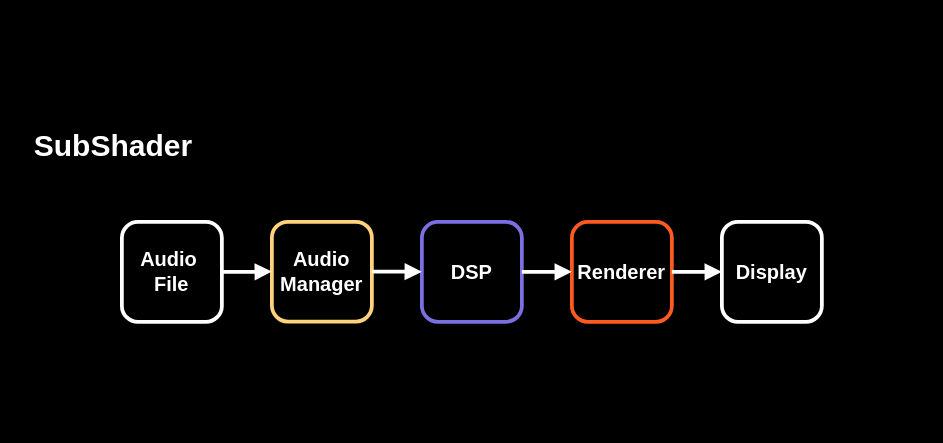
Before: assets/timing/subshader_modules.drawio in eddie-water/sub-shader, a draw.io diagram. Source tidied: cells renumbered, new cells numbered last; positions are measured from the earlier drawing's top-left corner, leaving out a move shared by most shapes. Both pictures are drawn from the tidied source at 125%, with x=0, y=0 at pixel (21, 121).
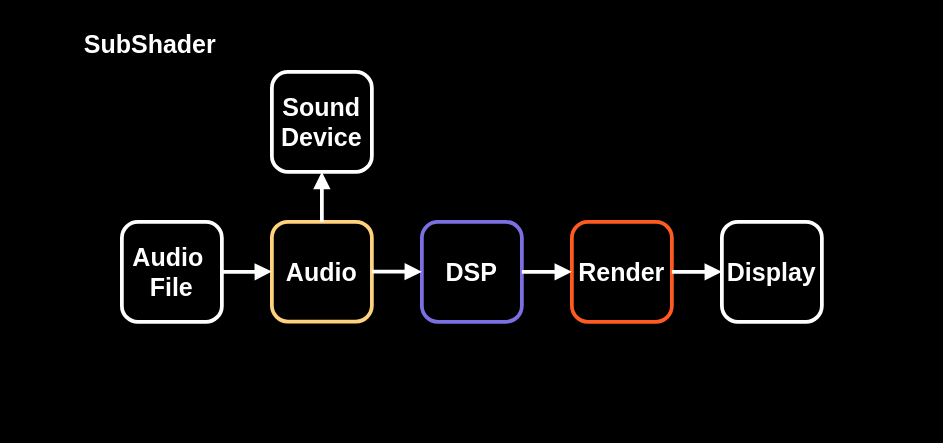
The same page after the edit.

Diff of the diagram source:
```diff
@@
 <mxGraphModel background="light-dark(#000000,#000000)">
   <root>
     <mxCell id="0" />
     <mxCell id="1" parent="0" />
+    <mxCell id="3" value="SubShader" style="rounded=0;whiteSpace=wrap;html=1;fillColor=none;fontStyle=1;fontSize=20;strokeWidth=3;arcSize=28;labelBackgroundColor=none;strokeColor=none;verticalAlign=top;align=left;labelBorderColor=none;convertToSvg=1;spacingLeft=10;spacing=0;spacingTop=1;fontColor=#FFFFFF;fontFamily=Arial;" parent="1" vertex="1">
+      <mxGeometry x="40" y="-80" width="640" height="280" as="geometry" />
+    </mxCell>
-    <mxCell id="2" style="rounded=0;whiteSpace=wrap;html=1;fillColor=none;strokeColor=none;fontColor=#FFFFFF;fontSize=16;fontStyle=1;align=center;verticalAlign=middle;arcSize=16;strokeWidth=3;labelBackgroundColor=none;" parent="1" vertex="1">
-      <mxGeometry width="720" height="240" as="geometry" />
+    <mxCell id="2" style="rounded=0;whiteSpace=wrap;html=1;fillColor=none;strokeColor=none;fontColor=#FFFFFF;fontSize=20;fontStyle=1;align=center;verticalAlign=middle;arcSize=16;strokeWidth=3;labelBackgroundColor=none;" parent="1" vertex="1">
+      <mxGeometry x="50" y="-80" width="630" height="280" as="geometry" />
     </mxCell>
-    <mxCell id="3" value="SubShader" style="rounded=0;whiteSpace=wrap;html=1;fillColor=none;fontStyle=1;fontSize=24;strokeWidth=3;arcSize=28;labelBackgroundColor=none;strokeColor=none;verticalAlign=top;align=left;labelBorderColor=none;convertToSvg=1;spacingLeft=10;spacing=0;spacingTop=1;fontColor=#FFFFFF;" parent="1" vertex="1">
-      <mxGeometry width="720" height="240" as="geometry" />
-    </mxCell>
-    <mxCell id="4" value="&lt;font&gt;Audio Manager&lt;/font&gt;" style="rounded=1;whiteSpace=wrap;html=1;fillColor=none;strokeColor=light-dark(#FFD27D,#FFD27D);fontColor=#FFFFFF;fontSize=16;fontStyle=1;align=center;verticalAlign=middle;arcSize=16;strokeWidth=3;labelBackgroundColor=none;" parent="1" vertex="1">
+    <mxCell id="4" value="&lt;font&gt;Audio&lt;/font&gt;" style="rounded=1;whiteSpace=wrap;html=1;fillColor=none;strokeColor=light-dark(#FFD27D,#FFD27D);fontColor=#FFFFFF;fontFamily=Arial;fontSize=20;fontStyle=1;align=center;verticalAlign=middle;arcSize=16;strokeWidth=3;labelBackgroundColor=none;" parent="1" vertex="1">
       <mxGeometry x="200" y="79.9" width="80" height="79.8" as="geometry" />
     </mxCell>
-    <mxCell id="5" value="DSP" style="rounded=1;whiteSpace=wrap;html=1;fillColor=none;strokeColor=light-dark(#7B6FE1,#7B6FE1);fontColor=#FFFFFF;fontSize=16;fontStyle=1;align=center;verticalAlign=middle;arcSize=16;strokeWidth=3;labelBackgroundColor=none;" parent="1" vertex="1">
+    <mxCell id="5" value="DSP" style="rounded=1;whiteSpace=wrap;html=1;fillColor=none;strokeColor=light-dark(#7B6FE1,#7B6FE1);fontColor=#FFFFFF;fontFamily=Arial;fontSize=20;fontStyle=1;align=center;verticalAlign=middle;arcSize=16;strokeWidth=3;labelBackgroundColor=none;" parent="1" vertex="1">
       <mxGeometry x="320" y="80" width="80" height="79.9" as="geometry" />
     </mxCell>
-    <mxCell id="6" value="Renderer" style="rounded=1;whiteSpace=wrap;html=1;fillColor=none;strokeColor=light-dark(#FF5A1F,#FF5A1F);fontColor=#FFFFFF;fontSize=16;fontStyle=1;align=center;verticalAlign=middle;arcSize=16;strokeWidth=3;labelBackgroundColor=none;" parent="1" vertex="1">
+    <mxCell id="6" value="Render" style="rounded=1;whiteSpace=wrap;html=1;fillColor=none;strokeColor=light-dark(#FF5A1F,#FF5A1F);fontColor=#FFFFFF;fontFamily=Arial;fontSize=20;fontStyle=1;align=center;verticalAlign=middle;arcSize=16;strokeWidth=3;labelBackgroundColor=none;" parent="1" vertex="1">
       <mxGeometry x="440" y="80" width="80" height="79.9" as="geometry" />
     </mxCell>
-    <mxCell id="7" value="Display" style="rounded=1;whiteSpace=wrap;html=1;fillColor=none;strokeColor=light-dark(#FFFFFF,#FFFFFF);fontColor=#FFFFFF;fontSize=16;fontStyle=1;align=center;verticalAlign=middle;arcSize=16;strokeWidth=3;labelBackgroundColor=none;" parent="1" vertex="1">
+    <mxCell id="7" value="Display" style="rounded=1;whiteSpace=wrap;html=1;fillColor=none;strokeColor=light-dark(#FFFFFF,#FFFFFF);fontColor=#FFFFFF;fontFamily=Arial;fontSize=20;fontStyle=1;align=center;verticalAlign=middle;arcSize=16;strokeWidth=3;labelBackgroundColor=none;" parent="1" vertex="1">
       <mxGeometry x="560" y="79.9" width="80" height="80" as="geometry" />
     </mxCell>
-    <mxCell id="8" value="Audio&amp;nbsp;&lt;div&gt;File&lt;/div&gt;" style="rounded=1;whiteSpace=wrap;html=1;fillColor=none;strokeColor=light-dark(#FFFFFF,#FFFFFF);fontColor=#FFFFFF;fontSize=16;fontStyle=1;align=center;verticalAlign=middle;arcSize=16;strokeWidth=3;labelBackgroundColor=none;" parent="1" vertex="1">
+    <mxCell id="8" value="Audio&amp;nbsp;&lt;div&gt;File&lt;/div&gt;" style="rounded=1;whiteSpace=wrap;html=1;fillColor=none;strokeColor=light-dark(#FFFFFF,#FFFFFF);fontColor=#FFFFFF;fontFamily=Arial;fontSize=20;fontStyle=1;align=center;verticalAlign=middle;arcSize=16;strokeWidth=3;labelBackgroundColor=none;" parent="1" vertex="1">
       <mxGeometry x="80" y="80" width="80" height="80" as="geometry" />
     </mxCell>
-    <mxCell id="9" style="edgeStyle=orthogonalEdgeStyle;rounded=1;html=1;strokeColor=#FFFFFF;strokeWidth=3;endArrow=block;endFill=1;fontColor=#8c8c8c;fontSize=16;dashed=0;labelBackgroundColor=none;curved=0;endSize=6;fontStyle=1;exitX=1;exitY=0.5;exitDx=0;exitDy=0;entryX=0;entryY=0.5;entryDx=0;entryDy=0;" parent="1" edge="1" source="8" target="4">
+    <mxCell id="9" style="edgeStyle=orthogonalEdgeStyle;rounded=1;html=1;strokeColor=#FFFFFF;strokeWidth=3;endArrow=block;endFill=1;fontColor=#8c8c8c;fontSize=20;dashed=0;labelBackgroundColor=none;curved=0;endSize=6;fontStyle=1;exitX=1;exitY=0.5;exitDx=0;exitDy=0;entryX=0;entryY=0.5;entryDx=0;entryDy=0;" parent="1" edge="1" source="8" target="4">
       <mxGeometry relative="1" as="geometry" />
     </mxCell>
-    <mxCell id="10" style="edgeStyle=orthogonalEdgeStyle;rounded=1;html=1;strokeColor=#FFFFFF;strokeWidth=3;endArrow=block;endFill=1;fontColor=#8c8c8c;fontSize=16;dashed=0;labelBackgroundColor=none;curved=0;endSize=6;fontStyle=1;exitX=1;exitY=0.5;exitDx=0;exitDy=0;entryX=0;entryY=0.5;entryDx=0;entryDy=0;" parent="1" edge="1" source="4" target="5">
+    <mxCell id="10" style="edgeStyle=orthogonalEdgeStyle;rounded=1;html=1;strokeColor=#FFFFFF;strokeWidth=3;endArrow=block;endFill=1;fontColor=#8c8c8c;fontSize=20;dashed=0;labelBackgroundColor=none;curved=0;endSize=6;fontStyle=1;exitX=1;exitY=0.5;exitDx=0;exitDy=0;entryX=0;entryY=0.5;entryDx=0;entryDy=0;" parent="1" edge="1" source="4" target="5">
       <mxGeometry relative="1" as="geometry" />
     </mxCell>
-    <mxCell id="11" style="edgeStyle=orthogonalEdgeStyle;rounded=1;html=1;strokeColor=#FFFFFF;strokeWidth=3;endArrow=block;endFill=1;fontColor=#8c8c8c;fontSize=16;dashed=0;labelBackgroundColor=none;curved=0;endSize=6;fontStyle=1;exitX=1;exitY=0.5;exitDx=0;exitDy=0;entryX=0;entryY=0.5;entryDx=0;entryDy=0;" parent="1" edge="1" source="5" target="6">
+    <mxCell id="11" style="edgeStyle=orthogonalEdgeStyle;rounded=1;html=1;strokeColor=#FFFFFF;strokeWidth=3;endArrow=block;endFill=1;fontColor=#8c8c8c;fontSize=20;dashed=0;labelBackgroundColor=none;curved=0;endSize=6;fontStyle=1;exitX=1;exitY=0.5;exitDx=0;exitDy=0;entryX=0;entryY=0.5;entryDx=0;entryDy=0;" parent="1" edge="1" source="5" target="6">
       <mxGeometry relative="1" as="geometry" />
     </mxCell>
-    <mxCell id="12" style="edgeStyle=orthogonalEdgeStyle;rounded=1;html=1;strokeColor=#FFFFFF;strokeWidth=3;endArrow=block;endFill=1;fontColor=#8c8c8c;fontSize=16;dashed=0;labelBackgroundColor=none;curved=0;endSize=6;fontStyle=1;entryX=0;entryY=0.5;entryDx=0;entryDy=0;exitX=1;exitY=0.5;exitDx=0;exitDy=0;" parent="1" edge="1" source="6" target="7">
+    <mxCell id="12" style="edgeStyle=orthogonalEdgeStyle;rounded=1;html=1;strokeColor=#FFFFFF;strokeWidth=3;endArrow=block;endFill=1;fontColor=#8c8c8c;fontSize=20;dashed=0;labelBackgroundColor=none;curved=0;endSize=6;fontStyle=1;entryX=0;entryY=0.5;entryDx=0;entryDy=0;exitX=1;exitY=0.5;exitDx=0;exitDy=0;" parent="1" edge="1" source="6" target="7">
       <mxGeometry relative="1" as="geometry" />
     </mxCell>
+    <mxCell id="13" value="Sound&lt;div&gt;Device&lt;/div&gt;" style="rounded=1;whiteSpace=wrap;html=1;fillColor=none;strokeColor=light-dark(#FFFFFF,#FFFFFF);fontColor=#FFFFFF;fontFamily=Arial;fontSize=20;fontStyle=1;align=center;verticalAlign=middle;arcSize=16;strokeWidth=3;labelBackgroundColor=none;" parent="1" vertex="1">
+      <mxGeometry x="200" y="-40" width="80" height="80" as="geometry" />
+    </mxCell>
+    <mxCell id="14" style="edgeStyle=orthogonalEdgeStyle;rounded=1;html=1;strokeColor=#FFFFFF;strokeWidth=3;endArrow=block;endFill=1;fontColor=#8c8c8c;fontSize=20;dashed=0;labelBackgroundColor=none;curved=0;endSize=6;fontStyle=1;exitX=0.5;exitY=0;exitDx=0;exitDy=0;entryX=0.5;entryY=1;entryDx=0;entryDy=0;" parent="1" edge="1" source="4" target="13">
+      <mxGeometry relative="1" as="geometry" />
+    </mxCell>
   </root>
 </mxGraphModel>
```
